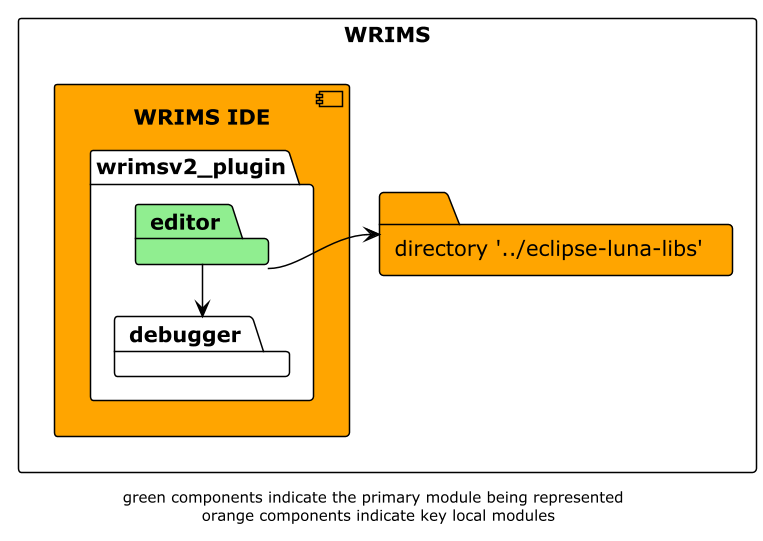
Before: docs/diagrams/wrims-modules/wrims-ide/wrims-ide_editor.png, a diagram exported from PlantUML (CentralValleyModeling/wrims-gui).
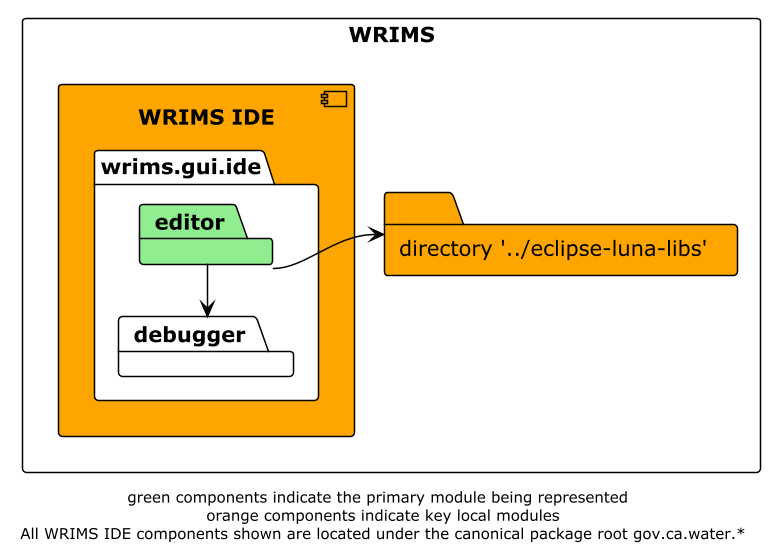
The same diagram one commit later.

Diff of the diagram source:
```diff
@@ -6,7 +6,7 @@
 
 rectangle WRIMS {
     component wrims-ide as "WRIMS IDE" #orange {
-        package wrimsv2_plugin  {
+        package wrims.gui.ide  {
             package editor #lightgreen
             package debugger
         }
@@ -17,5 +17,5 @@
 editor --> luna_libs
 editor -l-> debugger
 
-footer "green components indicate the primary module being represented \n orange components indicate key local modules"
+footer "green components indicate the primary module being represented \n orange components indicate key local modules\n All WRIMS IDE components shown are located under the canonical package root gov.ca.water.*"
 @enduml
```
